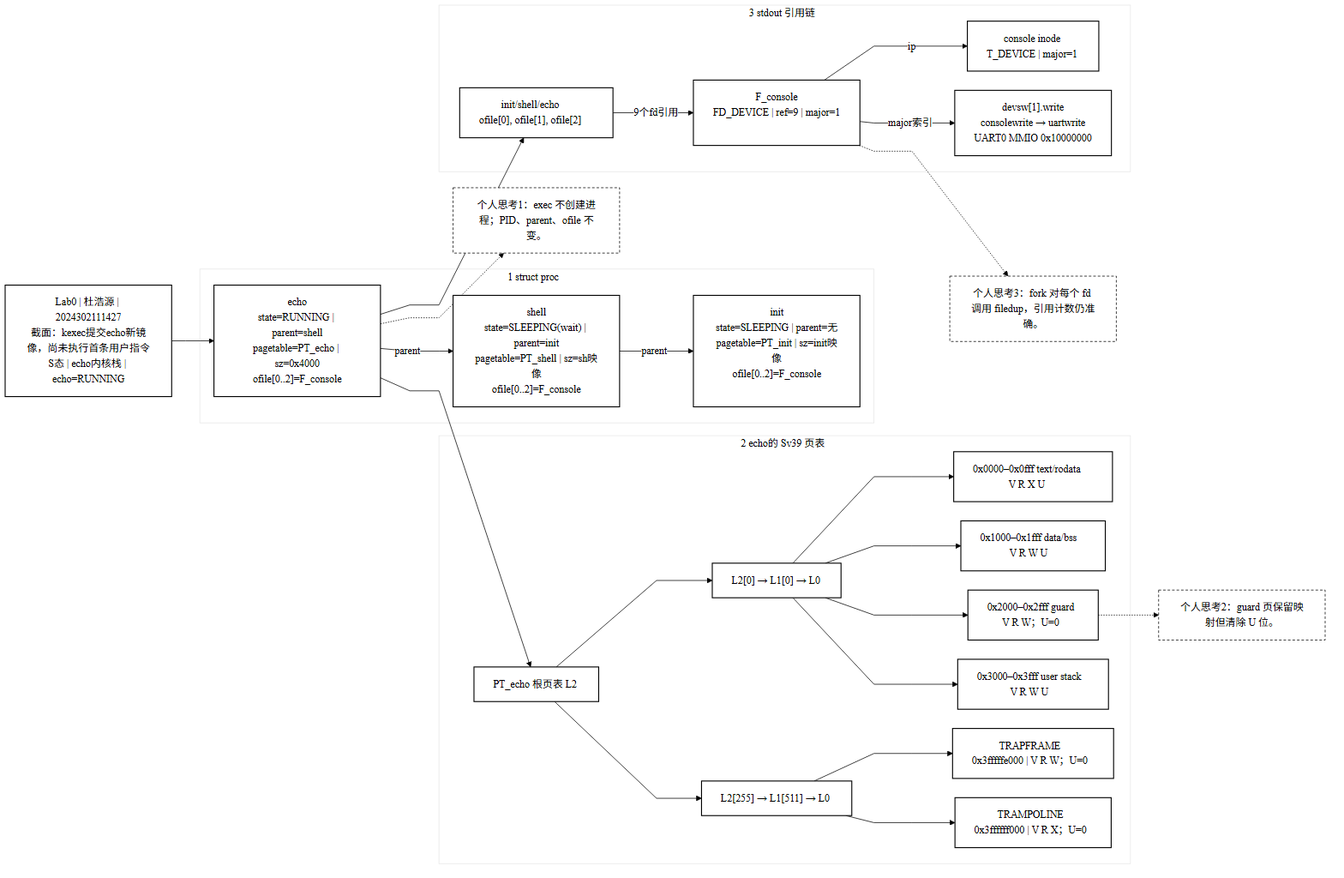
Earlier version of the Mermaid export doc/lab0/images/02-exec-state-snapshot.png (hoyuand/2024302111427). Its source is kept beside it as doc/lab0/images/02-exec-state-snapshot.mmd.
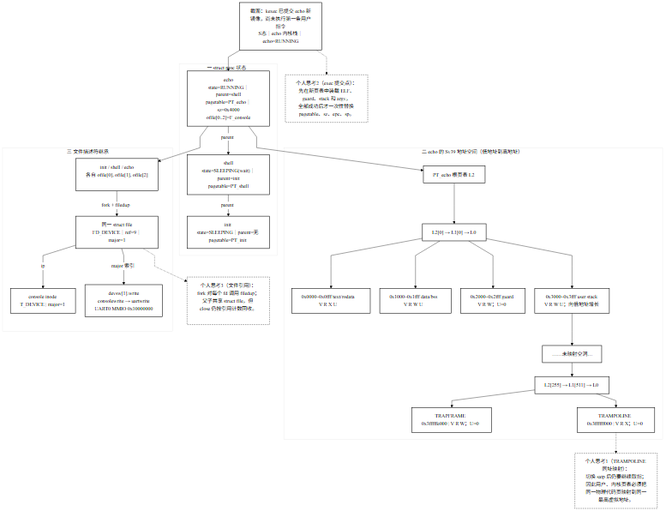
Above is the later version.

The edit, as a diff of the source:
```diff
@@ -1,23 +1,24 @@
 %%{init: {"theme":"base","themeVariables":{"fontFamily":"Arial, Microsoft YaHei, sans-serif","primaryColor":"#ffffff","primaryTextColor":"#000000","primaryBorderColor":"#000000","lineColor":"#000000","secondaryColor":"#ffffff","tertiaryColor":"#ffffff"},"flowchart":{"nodeSpacing":30,"rankSpacing":44,"curve":"linear"}}}%%
-flowchart LR
+flowchart TB
   classDef plain fill:#ffffff,stroke:#000000,color:#000000,stroke-width:1.5px
   classDef note fill:#ffffff,stroke:#000000,color:#000000,stroke-width:1px,stroke-dasharray:4 3
-  moment["Lab0 | 杜浩源 | 2024302111427<br/>截面：kexec提交echo新镜像，尚未执行首条用户指令<br/>S态 | echo内核栈 | echo=RUNNING"]:::plain
-  subgraph PROCS[1 struct proc]
-    direction TB
-    init["init<br/>state=SLEEPING | parent=无<br/>pagetable=PT_init | sz=init映像<br/>ofile[0..2]=F_console"]:::plain
-    shell["shell<br/>state=SLEEPING(wait) | parent=init<br/>pagetable=PT_shell | sz=sh映像<br/>ofile[0..2]=F_console"]:::plain
-    echo["echo<br/>state=RUNNING | parent=shell<br/>pagetable=PT_echo | sz=0x4000<br/>ofile[0..2]=F_console"]:::plain
+  moment["截面：kexec 已提交 echo 新镜像，尚未执行第一条用户指令<br/>S态｜echo 内核栈｜echo=RUNNING"]:::plain
+  subgraph PROCS["一 struct proc 状态"]
+    direction LR
+    init["init<br/>state=SLEEPING｜parent=无<br/>pagetable=PT_init"]:::plain
+    shell["shell<br/>state=SLEEPING(wait)｜parent=init<br/>pagetable=PT_shell"]:::plain
+    echo["echo<br/>state=RUNNING｜parent=shell<br/>pagetable=PT_echo｜sz=0x4000<br/>ofile[0..2]=F_console"]:::plain
     echo -->|parent| shell -->|parent| init
   end
-  subgraph SV39[2 echo的 Sv39 页表]
-    direction TB
+  subgraph SV39["二 echo 的 Sv39 地址空间（低地址到高地址）"]
+    direction LR
     pt["PT_echo 根页表 L2"]:::plain
     low["L2[0] → L1[0] → L0"]:::plain
     p0["0x0000–0x0fff text/rodata<br/>V R X U"]:::plain
     p1["0x1000–0x1fff data/bss<br/>V R W U"]:::plain
     p2["0x2000–0x2fff guard<br/>V R W；U=0"]:::plain
-    p3["0x3000–0x3fff user stack<br/>V R W U"]:::plain
+    p3["0x3000–0x3fff user stack<br/>V R W U；向低地址增长"]:::plain
+    gap["……未映射空洞……"]:::plain
     high["L2[255] → L1[511] → L0"]:::plain
     tf["TRAPFRAME<br/>0x3fffffe000 | V R W；U=0"]:::plain
     tr["TRAMPOLINE<br/>0x3ffffff000 | V R X；U=0"]:::plain
@@ -25,24 +26,25 @@
     low --> p1
     low --> p2
     low --> p3
-    pt --> high --> tf
+    p3 --> gap
+    gap --> high --> tf
     high --> tr
   end
-  subgraph FILES[3 stdout 引用链]
-    direction TB
-    ofs["init/shell/echo<br/>ofile[0], ofile[1], ofile[2]"]:::plain
-    fc["F_console<br/>FD_DEVICE | ref=9 | major=1"]:::plain
+  subgraph FILES["三 文件描述符继承"]
+    direction LR
+    ofs["init / shell / echo<br/>各自 ofile[0], ofile[1], ofile[2]"]:::plain
+    fc["同一 struct file<br/>FD_DEVICE｜ref=9｜major=1"]:::plain
     ino["console inode<br/>T_DEVICE | major=1"]:::plain
     dev["devsw[1].write<br/>consolewrite → uartwrite<br/>UART0 MMIO 0x10000000"]:::plain
-    ofs -->|9个fd引用| fc -->|ip| ino
-    fc -->|major索引| dev
+    ofs -->|fork + filedup| fc -->|ip| ino
+    fc -->|major 索引| dev
   end
   moment --> echo
   echo --> pt
   echo --> ofs
-  n1["个人思考1：exec 不创建进程；PID、parent、ofile 不变。"]:::note
-  n2["个人思考2：guard 页保留映射但清除 U 位。"]:::note
-  n3["个人思考3：fork 对每个 fd 调用 filedup，引用计数仍准确。"]:::note
-  echo -.-> n1
-  p2 -.-> n2
+  n1["个人思考1（TRAMPOLINE 同址映射）：<br/>切换 satp 后仍要继续取指；<br/>因此用户、内核页表必须把同一物理代码页映射到同一最高虚拟地址。"]:::note
+  n2["个人思考2（exec 提交点）：<br/>先在新页表中装载 ELF、guard、stack 和 argv，<br/>全部成功后才一次性替换 pagetable、sz、epc、sp。"]:::note
+  n3["个人思考3（文件引用）：<br/>fork 对每个 fd 调用 filedup；<br/>父子共享 struct file，但 close 仍按引用计数回收。"]:::note
+  tr -.-> n1
+  moment -.-> n2
   fc -.-> n3
```
